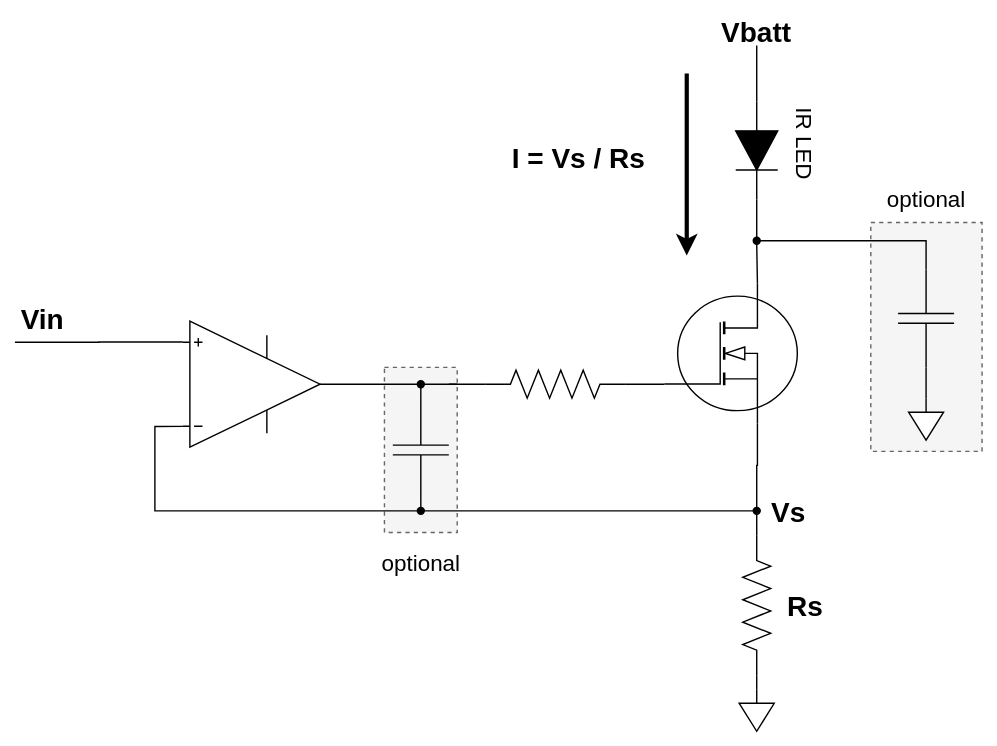
Earlier version of the draw.io export images/ir_sensor-tx.svg (idt12312/idken-blog). Source tidied: cells renumbered, new cells last; positions are measured from the earlier drawing's top-left corner, leaving out a move shared by most shapes. Source of this version:
```xml
<mxGraphModel>
  <root>
    <mxCell id="0" />
    <mxCell id="1" parent="0" />
    <mxCell id="2" style="rounded=0;whiteSpace=wrap;html=1;fillColor=#f5f5f5;dashed=1;strokeColor=#666666;fontColor=#333333;" parent="1" vertex="1">
      <mxGeometry x="264" y="250" width="52" height="118" as="geometry" />
    </mxCell>
    <mxCell id="3" style="rounded=0;whiteSpace=wrap;html=1;fillColor=#f5f5f5;dashed=1;strokeColor=#666666;fontColor=#333333;" parent="1" vertex="1">
      <mxGeometry x="611.5" y="146.5" width="79.5" height="163.5" as="geometry" />
    </mxCell>
    <mxCell id="4" style="edgeStyle=orthogonalEdgeStyle;rounded=0;jettySize=auto;html=1;exitX=0.7;exitY=1;exitDx=0;exitDy=0;exitPerimeter=0;entryX=0.5;entryY=0;entryDx=0;entryDy=0;startArrow=none;startFill=0;endArrow=none;endFill=0;" parent="1" edge="1" source="6" target="19">
      <mxGeometry relative="1" as="geometry" />
    </mxCell>
    <mxCell id="5" style="edgeStyle=orthogonalEdgeStyle;rounded=0;jettySize=auto;html=1;exitX=0;exitY=0.72;exitDx=0;exitDy=0;exitPerimeter=0;entryX=1;entryY=0.5;entryDx=0;entryDy=0;entryPerimeter=0;startArrow=none;startFill=0;endArrow=none;endFill=0;" parent="1" edge="1" source="6" target="11">
      <mxGeometry relative="1" as="geometry" />
    </mxCell>
    <mxCell id="6" style="verticalLabelPosition=bottom;shadow=0;dashed=0;align=center;html=1;verticalAlign=top;shape=mxgraph.electrical.mosfets1.mosfet_ic_n;" parent="1" vertex="1">
      <mxGeometry x="464" y="190" width="95" height="100" as="geometry" />
    </mxCell>
    <mxCell id="7" style="edgeStyle=orthogonalEdgeStyle;rounded=0;jettySize=auto;html=1;exitX=0;exitY=0.165;exitDx=0;exitDy=0;exitPerimeter=0;entryX=0;entryY=0.5;entryDx=0;entryDy=0;startArrow=none;startFill=0;endArrow=none;endFill=0;" parent="1" edge="1" source="9" target="29">
      <mxGeometry relative="1" as="geometry" />
    </mxCell>
    <mxCell id="8" style="edgeStyle=orthogonalEdgeStyle;rounded=0;jettySize=auto;html=1;exitX=0;exitY=0.835;exitDx=0;exitDy=0;exitPerimeter=0;startArrow=none;startFill=0;endArrow=none;endFill=0;" parent="1" edge="1" source="9">
      <mxGeometry relative="1" as="geometry">
        <mxPoint y="232" as="targetPoint" />
      </mxGeometry>
    </mxCell>
    <mxCell id="9" style="verticalLabelPosition=bottom;shadow=0;dashed=0;align=center;html=1;verticalAlign=top;shape=mxgraph.electrical.abstract.operational_amp_1;flipV=1;" parent="1" vertex="1">
      <mxGeometry x="120" y="217" width="98" height="90" as="geometry" />
    </mxCell>
    <mxCell id="10" style="edgeStyle=orthogonalEdgeStyle;rounded=0;jettySize=auto;html=1;exitX=0;exitY=0.5;exitDx=0;exitDy=0;exitPerimeter=0;endArrow=none;endFill=0;" parent="1" edge="1" source="11">
      <mxGeometry relative="1" as="geometry">
        <mxPoint x="310" y="262" as="targetPoint" />
      </mxGeometry>
    </mxCell>
    <mxCell id="11" style="verticalLabelPosition=bottom;shadow=0;dashed=0;align=center;html=1;verticalAlign=top;shape=mxgraph.electrical.resistors.resistor_2;" parent="1" vertex="1">
      <mxGeometry x="336" y="252" width="100" height="20" as="geometry" />
    </mxCell>
    <mxCell id="12" style="edgeStyle=orthogonalEdgeStyle;rounded=0;jettySize=auto;html=1;exitX=1;exitY=0.5;exitDx=0;exitDy=0;exitPerimeter=0;entryX=0.5;entryY=1;entryDx=0;entryDy=0;startArrow=none;startFill=0;endArrow=none;endFill=0;" parent="1" edge="1" source="14" target="19">
      <mxGeometry relative="1" as="geometry" />
    </mxCell>
    <mxCell id="13" style="edgeStyle=orthogonalEdgeStyle;rounded=0;jettySize=auto;html=1;exitX=0;exitY=0.5;exitDx=0;exitDy=0;exitPerimeter=0;entryX=0.5;entryY=0;entryDx=0;entryDy=0;entryPerimeter=0;startArrow=none;startFill=0;endArrow=none;endFill=0;" parent="1" edge="1" source="14" target="18">
      <mxGeometry relative="1" as="geometry" />
    </mxCell>
    <mxCell id="14" style="verticalLabelPosition=bottom;shadow=0;dashed=0;align=center;html=1;verticalAlign=top;shape=mxgraph.electrical.resistors.resistor_2;rotation=-90;" parent="1" vertex="1">
      <mxGeometry x="480" y="410" width="100" height="20" as="geometry" />
    </mxCell>
    <mxCell id="15" style="edgeStyle=orthogonalEdgeStyle;rounded=0;jettySize=auto;html=1;exitX=1;exitY=0.5;exitDx=0;exitDy=0;exitPerimeter=0;entryX=0.5;entryY=0;entryDx=0;entryDy=0;startArrow=none;startFill=0;endArrow=none;endFill=0;" parent="1" edge="1" source="17" target="25">
      <mxGeometry relative="1" as="geometry" />
    </mxCell>
    <mxCell id="16" style="edgeStyle=orthogonalEdgeStyle;rounded=0;jettySize=auto;html=1;exitX=0;exitY=0.5;exitDx=0;exitDy=0;exitPerimeter=0;startArrow=none;startFill=0;endArrow=none;endFill=0;" parent="1" edge="1" source="17">
      <mxGeometry relative="1" as="geometry">
        <mxPoint x="530" y="20" as="targetPoint" />
      </mxGeometry>
    </mxCell>
    <mxCell id="17" style="fillColor=#000000;verticalLabelPosition=bottom;shadow=0;dashed=0;align=center;html=1;verticalAlign=top;shape=mxgraph.electrical.diodes.diode;rotation=90;" parent="1" vertex="1">
      <mxGeometry x="495" y="80" width="70" height="30" as="geometry" />
    </mxCell>
    <mxCell id="18" style="verticalLabelPosition=bottom;shadow=0;dashed=0;align=center;html=1;verticalAlign=top;shape=mxgraph.electrical.signal_sources.signal_ground;" parent="1" vertex="1">
      <mxGeometry x="517.5" y="480" width="25" height="30" as="geometry" />
    </mxCell>
    <mxCell id="19" style="ellipse;whiteSpace=wrap;html=1;fillColor=#000000;" parent="1" vertex="1">
      <mxGeometry x="527.5" y="350" width="5" height="5" as="geometry" />
    </mxCell>
    <mxCell id="20" style="edgeStyle=orthogonalEdgeStyle;rounded=0;jettySize=auto;html=1;exitX=0;exitY=0.5;exitDx=0;exitDy=0;exitPerimeter=0;entryX=0.5;entryY=0;entryDx=0;entryDy=0;entryPerimeter=0;startArrow=none;startFill=0;endArrow=none;endFill=0;" parent="1" edge="1" source="21" target="22">
      <mxGeometry relative="1" as="geometry" />
    </mxCell>
    <mxCell id="21" style="verticalLabelPosition=bottom;shadow=0;dashed=0;align=center;html=1;verticalAlign=top;shape=mxgraph.electrical.capacitors.capacitor_1;fillColor=#000000;rotation=-90;" parent="1" vertex="1">
      <mxGeometry x="616" y="195" width="70" height="40" as="geometry" />
    </mxCell>
    <mxCell id="22" style="verticalLabelPosition=bottom;shadow=0;dashed=0;align=center;html=1;verticalAlign=top;shape=mxgraph.electrical.signal_sources.signal_ground;" parent="1" vertex="1">
      <mxGeometry x="638.5" y="272" width="25" height="30" as="geometry" />
    </mxCell>
    <mxCell id="23" style="edgeStyle=orthogonalEdgeStyle;rounded=0;jettySize=auto;html=1;exitX=1;exitY=0.5;exitDx=0;exitDy=0;entryX=1;entryY=0.5;entryDx=0;entryDy=0;entryPerimeter=0;startArrow=none;startFill=0;endArrow=none;endFill=0;" parent="1" edge="1" source="25" target="21">
      <mxGeometry relative="1" as="geometry" />
    </mxCell>
    <mxCell id="24" style="edgeStyle=orthogonalEdgeStyle;rounded=0;jettySize=auto;html=1;exitX=0.5;exitY=1;exitDx=0;exitDy=0;entryX=0.7;entryY=0;entryDx=0;entryDy=0;entryPerimeter=0;startArrow=none;startFill=0;endArrow=none;endFill=0;" parent="1" edge="1" source="25" target="6">
      <mxGeometry relative="1" as="geometry" />
    </mxCell>
    <mxCell id="25" style="ellipse;whiteSpace=wrap;html=1;fillColor=#000000;" parent="1" vertex="1">
      <mxGeometry x="527.5" y="157" width="5" height="5" as="geometry" />
    </mxCell>
    <mxCell id="26" style="edgeStyle=orthogonalEdgeStyle;rounded=0;jettySize=auto;html=1;exitX=0;exitY=0.5;exitDx=0;exitDy=0;exitPerimeter=0;entryX=0.5;entryY=0;entryDx=0;entryDy=0;startArrow=none;startFill=0;endArrow=none;endFill=0;" parent="1" edge="1" source="27" target="29">
      <mxGeometry relative="1" as="geometry" />
    </mxCell>
    <mxCell id="27" style="verticalLabelPosition=bottom;shadow=0;dashed=0;align=center;html=1;verticalAlign=top;shape=mxgraph.electrical.capacitors.capacitor_1;fillColor=#000000;rotation=-90;" parent="1" vertex="1">
      <mxGeometry x="255" y="289" width="70" height="40" as="geometry" />
    </mxCell>
    <mxCell id="28" style="edgeStyle=orthogonalEdgeStyle;rounded=0;jettySize=auto;html=1;exitX=1;exitY=0.5;exitDx=0;exitDy=0;entryX=0;entryY=0.5;entryDx=0;entryDy=0;startArrow=none;startFill=0;endArrow=none;endFill=0;" parent="1" edge="1" source="29" target="19">
      <mxGeometry relative="1" as="geometry" />
    </mxCell>
    <mxCell id="29" style="ellipse;whiteSpace=wrap;html=1;fillColor=#000000;" parent="1" vertex="1">
      <mxGeometry x="287.5" y="350" width="5" height="5" as="geometry" />
    </mxCell>
    <mxCell id="30" style="edgeStyle=orthogonalEdgeStyle;rounded=0;jettySize=auto;html=1;exitX=0;exitY=0.5;exitDx=0;exitDy=0;entryX=1;entryY=0.5;entryDx=0;entryDy=0;entryPerimeter=0;startArrow=none;startFill=0;endArrow=none;endFill=0;" parent="1" edge="1" source="33" target="9">
      <mxGeometry relative="1" as="geometry" />
    </mxCell>
    <mxCell id="31" style="edgeStyle=orthogonalEdgeStyle;rounded=0;jettySize=auto;html=1;exitX=1;exitY=0.5;exitDx=0;exitDy=0;entryX=0;entryY=0.5;entryDx=0;entryDy=0;entryPerimeter=0;startArrow=none;startFill=0;endArrow=none;endFill=0;" parent="1" edge="1" source="33">
      <mxGeometry relative="1" as="geometry">
        <mxPoint x="316" y="262" as="targetPoint" />
      </mxGeometry>
    </mxCell>
    <mxCell id="32" style="edgeStyle=orthogonalEdgeStyle;rounded=0;jettySize=auto;html=1;exitX=0.5;exitY=1;exitDx=0;exitDy=0;entryX=1;entryY=0.5;entryDx=0;entryDy=0;entryPerimeter=0;startArrow=none;startFill=0;endArrow=none;endFill=0;" parent="1" edge="1" source="33" target="27">
      <mxGeometry relative="1" as="geometry" />
    </mxCell>
    <mxCell id="33" style="ellipse;whiteSpace=wrap;html=1;fillColor=#000000;" parent="1" vertex="1">
      <mxGeometry x="287.5" y="259.5" width="5" height="5" as="geometry" />
    </mxCell>
    <mxCell id="34" value="&lt;font style=&quot;font-size: 16px&quot;&gt;optional&lt;/font&gt;" style="text;html=1;strokeColor=none;fillColor=none;align=center;verticalAlign=middle;whiteSpace=wrap;rounded=0;dashed=1;" parent="1" vertex="1">
      <mxGeometry x="614.8" y="120" width="72.5" height="20" as="geometry" />
    </mxCell>
    <mxCell id="35" value="&lt;font style=&quot;font-size: 16px&quot;&gt;optional&lt;/font&gt;" style="text;html=1;strokeColor=none;fillColor=none;align=center;verticalAlign=middle;whiteSpace=wrap;rounded=0;dashed=1;" parent="1" vertex="1">
      <mxGeometry x="253.8" y="380" width="72.5" height="20" as="geometry" />
    </mxCell>
    <mxCell id="36" value="&lt;font size=&quot;1&quot;&gt;&lt;b style=&quot;font-size: 20px&quot;&gt;Vs&lt;/b&gt;&lt;/font&gt;" style="text;html=1;strokeColor=none;fillColor=none;align=center;verticalAlign=middle;whiteSpace=wrap;rounded=0;dashed=1;" parent="1" vertex="1">
      <mxGeometry x="532.5" y="342.5" width="40" height="20" as="geometry" />
    </mxCell>
    <mxCell id="37" value="&lt;font size=&quot;1&quot;&gt;&lt;b style=&quot;font-size: 20px&quot;&gt;Rs&lt;/b&gt;&lt;/font&gt;" style="text;html=1;strokeColor=none;fillColor=none;align=center;verticalAlign=middle;whiteSpace=wrap;rounded=0;dashed=1;" parent="1" vertex="1">
      <mxGeometry x="545" y="410" width="40" height="20" as="geometry" />
    </mxCell>
    <mxCell id="38" value="&lt;font style=&quot;font-size: 20px&quot;&gt;&lt;b&gt;Vin&lt;/b&gt;&lt;/font&gt;" style="text;html=1;strokeColor=none;fillColor=none;align=center;verticalAlign=middle;whiteSpace=wrap;rounded=0;dashed=1;" parent="1" vertex="1">
      <mxGeometry y="205" width="40" height="20" as="geometry" />
    </mxCell>
    <mxCell id="39" value="&lt;font style=&quot;font-size: 20px&quot;&gt;&lt;b&gt;Vbatt&lt;/b&gt;&lt;/font&gt;" style="text;html=1;strokeColor=none;fillColor=none;align=center;verticalAlign=middle;whiteSpace=wrap;rounded=0;dashed=1;" parent="1" vertex="1">
      <mxGeometry x="510" width="40" height="20" as="geometry" />
    </mxCell>
    <mxCell id="40" style="endArrow=classic;html=1;strokeWidth=3;" parent="1" edge="1">
      <mxGeometry relative="1" as="geometry">
        <mxPoint x="480" y="40" as="sourcePoint" />
        <mxPoint x="480" y="170" as="targetPoint" />
      </mxGeometry>
    </mxCell>
    <mxCell id="41" value="&lt;font style=&quot;font-size: 20px&quot;&gt;&lt;b&gt;I = Vs / Rs&lt;/b&gt;&lt;/font&gt;" style="text;html=1;strokeColor=none;fillColor=none;align=center;verticalAlign=middle;whiteSpace=wrap;rounded=0;rotation=0;" parent="1" vertex="1">
      <mxGeometry x="343" y="90" width="120" height="20" as="geometry" />
    </mxCell>
    <mxCell id="42" value="&lt;font style=&quot;font-size: 16px&quot;&gt;IR LED&lt;/font&gt;" style="text;html=1;strokeColor=none;fillColor=none;align=center;verticalAlign=middle;whiteSpace=wrap;rounded=0;rotation=90;" parent="1" vertex="1">
      <mxGeometry x="517.5" y="80" width="94" height="20" as="geometry" />
    </mxCell>
  </root>
</mxGraphModel>
```
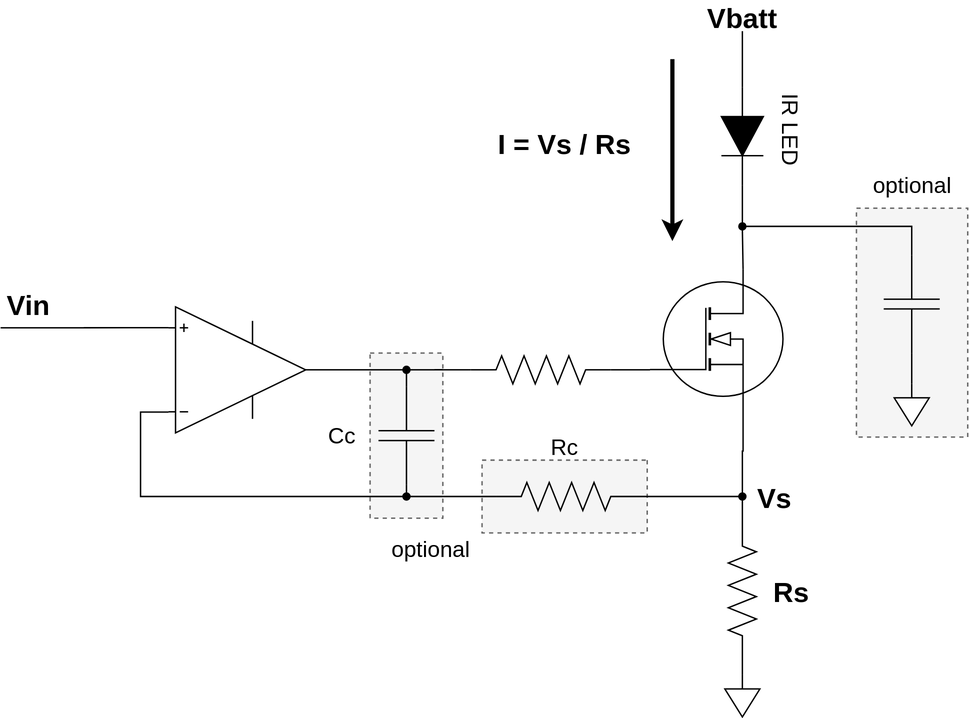
After the commit.

Commit message:
記事を修正

Change to the diagram source:
```diff
@@ -2,6 +2,9 @@
   <root>
     <mxCell id="0" />
     <mxCell id="1" parent="0" />
+    <mxCell id="43" style="rounded=0;whiteSpace=wrap;html=1;fillColor=#f5f5f5;dashed=1;strokeColor=#666666;fontColor=#333333;rotation=90;" parent="1" vertex="1">
+      <mxGeometry x="377" y="293.5" width="52" height="118" as="geometry" />
+    </mxCell>
     <mxCell id="2" style="rounded=0;whiteSpace=wrap;html=1;fillColor=#f5f5f5;dashed=1;strokeColor=#666666;fontColor=#333333;" parent="1" vertex="1">
       <mxGeometry x="264" y="250" width="52" height="118" as="geometry" />
     </mxCell>
@@ -86,7 +89,7 @@
     <mxCell id="27" style="verticalLabelPosition=bottom;shadow=0;dashed=0;align=center;html=1;verticalAlign=top;shape=mxgraph.electrical.capacitors.capacitor_1;fillColor=#000000;rotation=-90;" parent="1" vertex="1">
       <mxGeometry x="255" y="289" width="70" height="40" as="geometry" />
     </mxCell>
-    <mxCell id="28" style="edgeStyle=orthogonalEdgeStyle;rounded=0;jettySize=auto;html=1;exitX=1;exitY=0.5;exitDx=0;exitDy=0;entryX=0;entryY=0.5;entryDx=0;entryDy=0;startArrow=none;startFill=0;endArrow=none;endFill=0;" parent="1" edge="1" source="29" target="19">
+    <mxCell id="28" style="edgeStyle=orthogonalEdgeStyle;rounded=0;jettySize=auto;html=1;exitX=1;exitY=0.5;exitDx=0;exitDy=0;entryX=0;entryY=0.5;entryDx=0;entryDy=0;startArrow=none;startFill=0;endArrow=none;endFill=0;" parent="1" edge="1" source="44" target="19">
       <mxGeometry relative="1" as="geometry" />
     </mxCell>
     <mxCell id="29" style="ellipse;whiteSpace=wrap;html=1;fillColor=#000000;" parent="1" vertex="1">
@@ -110,7 +113,7 @@
       <mxGeometry x="614.8" y="120" width="72.5" height="20" as="geometry" />
     </mxCell>
     <mxCell id="35" value="&lt;font style=&quot;font-size: 16px&quot;&gt;optional&lt;/font&gt;" style="text;html=1;strokeColor=none;fillColor=none;align=center;verticalAlign=middle;whiteSpace=wrap;rounded=0;dashed=1;" parent="1" vertex="1">
-      <mxGeometry x="253.8" y="380" width="72.5" height="20" as="geometry" />
+      <mxGeometry x="270.5" y="380" width="72.5" height="20" as="geometry" />
     </mxCell>
     <mxCell id="36" value="&lt;font size=&quot;1&quot;&gt;&lt;b style=&quot;font-size: 20px&quot;&gt;Vs&lt;/b&gt;&lt;/font&gt;" style="text;html=1;strokeColor=none;fillColor=none;align=center;verticalAlign=middle;whiteSpace=wrap;rounded=0;dashed=1;" parent="1" vertex="1">
       <mxGeometry x="532.5" y="342.5" width="40" height="20" as="geometry" />
@@ -136,5 +139,17 @@
     <mxCell id="42" value="&lt;font style=&quot;font-size: 16px&quot;&gt;IR LED&lt;/font&gt;" style="text;html=1;strokeColor=none;fillColor=none;align=center;verticalAlign=middle;whiteSpace=wrap;rounded=0;rotation=90;" parent="1" vertex="1">
       <mxGeometry x="517.5" y="80" width="94" height="20" as="geometry" />
     </mxCell>
+    <mxCell id="44" style="verticalLabelPosition=bottom;shadow=0;dashed=0;align=center;html=1;verticalAlign=top;shape=mxgraph.electrical.resistors.resistor_2;" parent="1" vertex="1">
+      <mxGeometry x="354" y="342.5" width="100" height="20" as="geometry" />
+    </mxCell>
+    <mxCell id="45" style="edgeStyle=orthogonalEdgeStyle;rounded=0;jettySize=auto;html=1;exitX=1;exitY=0.5;exitDx=0;exitDy=0;entryX=0;entryY=0.5;entryDx=0;entryDy=0;startArrow=none;startFill=0;endArrow=none;endFill=0;" parent="1" edge="1" source="29" target="44">
+      <mxGeometry relative="1" as="geometry" />
+    </mxCell>
+    <mxCell id="46" value="&lt;font style=&quot;font-size: 16px&quot;&gt;Cc&lt;/font&gt;" style="text;html=1;strokeColor=none;fillColor=none;align=center;verticalAlign=middle;whiteSpace=wrap;rounded=0;" parent="1" vertex="1">
+      <mxGeometry x="224" y="299" width="40" height="20" as="geometry" />
+    </mxCell>
+    <mxCell id="47" value="&lt;font style=&quot;font-size: 16px&quot;&gt;Rc&lt;/font&gt;" style="text;html=1;strokeColor=none;fillColor=none;align=center;verticalAlign=middle;whiteSpace=wrap;rounded=0;" parent="1" vertex="1">
+      <mxGeometry x="383" y="307" width="40" height="20" as="geometry" />
+    </mxCell>
   </root>
 </mxGraphModel>
```
